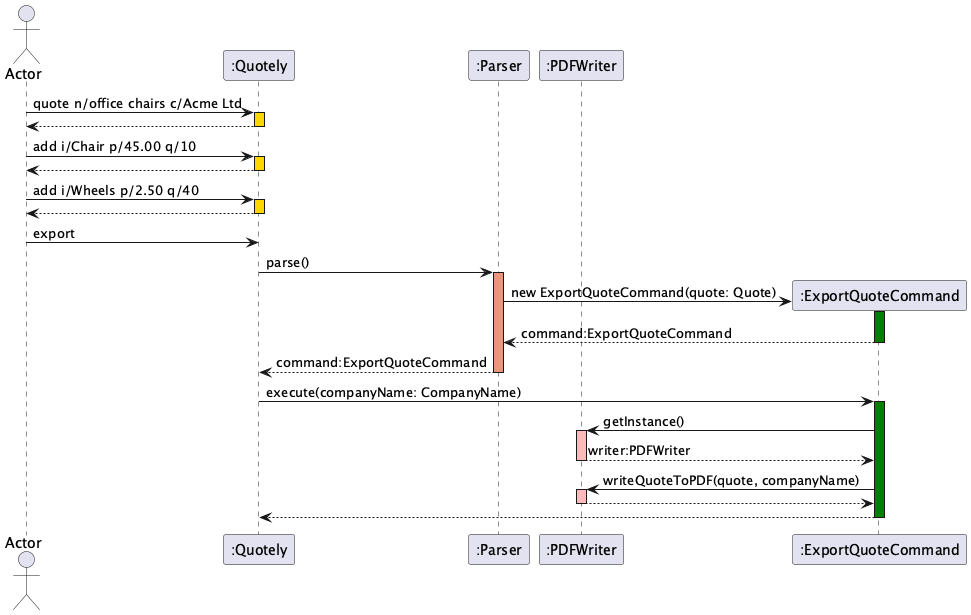
Above: docs/src/ExportFeature.png in Tanjy55/tp (PlantUML), before the change.
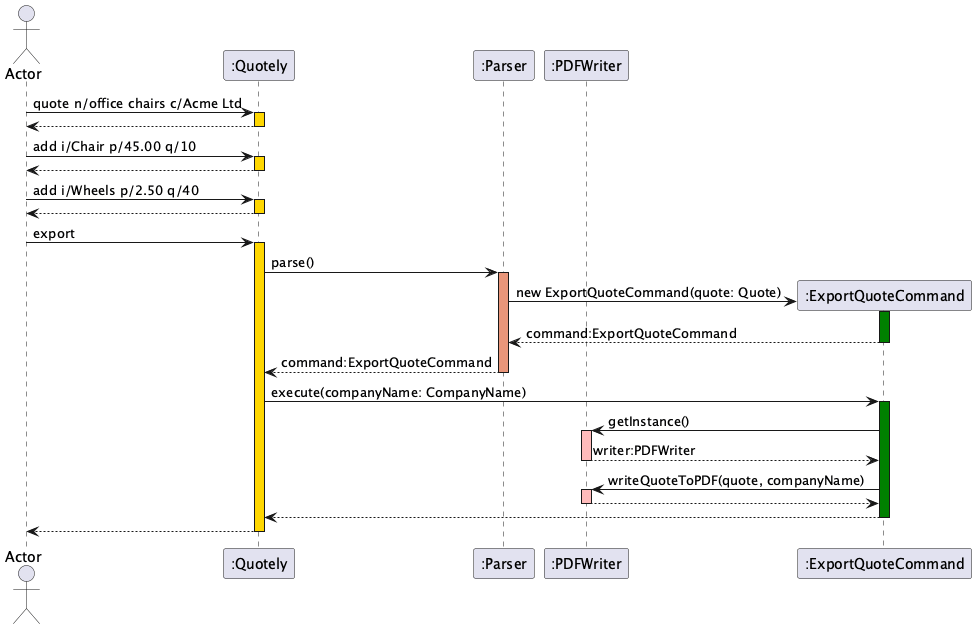
After the commit.

The edit, as a diff of the source:
```diff
@@ -14,7 +14,7 @@
 Actor -> ":Quotely" ++ #Gold: add i/Wheels p/2.50 q/40
 return
 
-Actor -> ":Quotely": export
+Actor -> ":Quotely" ++ #Gold: export
 
 ":Quotely" -> ":Parser" ++ #DarkSalmon: parse()
 
@@ -33,4 +33,6 @@
 
 return
 
+return
+
 @enduml
```
